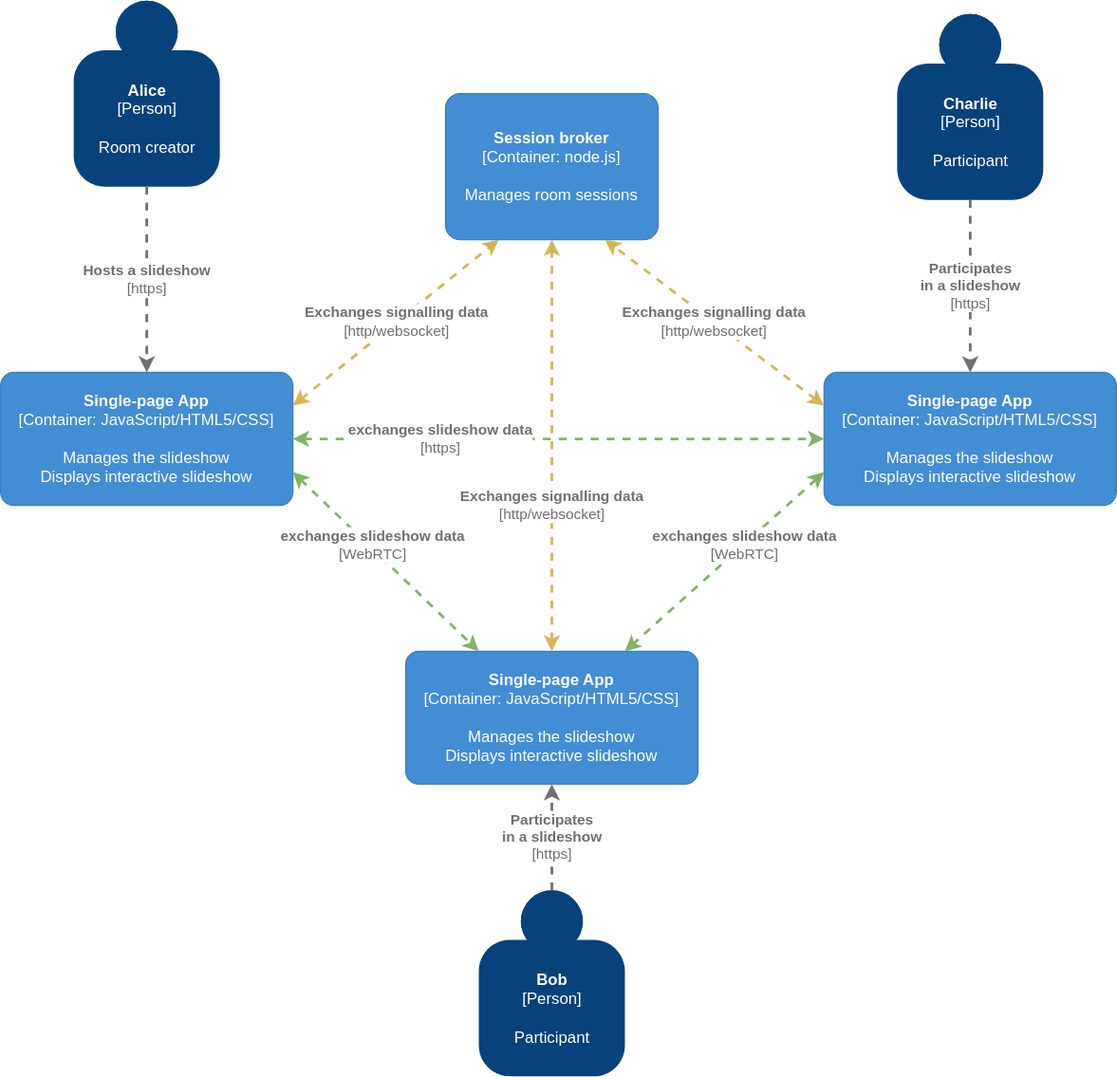
The draw.io diagram doc/diagram.svg in pitC/peer2show, before a commit. Source tidied: cells renumbered, new cells last; positions are measured from the earlier drawing's top-left corner, leaving out a move shared by most shapes.
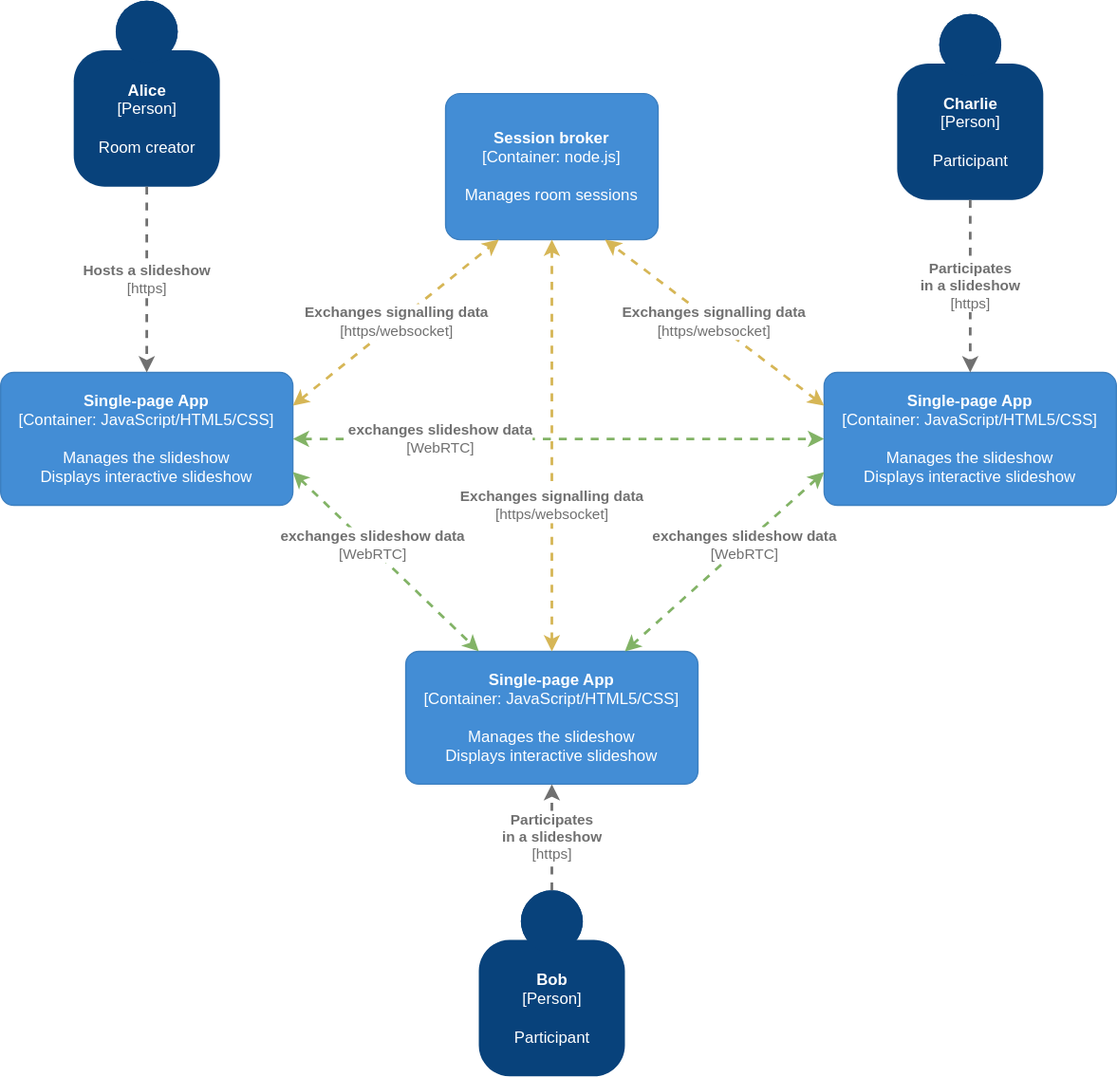
Later version of the same file.

The edit, as a diff of the source:
```diff
@@ -52,22 +52,22 @@
         <mxGeometry x="335" y="70" width="160" height="110" as="geometry" />
       </mxCell>
     </object>
-    <object id="12" label="&lt;div style=&quot;text-align: left&quot;&gt;&lt;div style=&quot;text-align: center&quot;&gt;&lt;b&gt;%c4Description%&lt;/b&gt;&lt;/div&gt;&lt;div style=&quot;text-align: center&quot;&gt;[%c4Technology%]&lt;/div&gt;&lt;/div&gt;" c4Description="Exchanges signalling data" c4Technology="http/websocket" c4Type="Relationship" placeholders="1">
+    <object id="12" label="&lt;div style=&quot;text-align: left&quot;&gt;&lt;div style=&quot;text-align: center&quot;&gt;&lt;b&gt;%c4Description%&lt;/b&gt;&lt;/div&gt;&lt;div style=&quot;text-align: center&quot;&gt;[%c4Technology%]&lt;/div&gt;&lt;/div&gt;" c4Description="Exchanges signalling data" c4Technology="https/websocket" c4Type="Relationship" placeholders="1">
       <mxCell style="edgeStyle=none;rounded=0;html=1;jettySize=auto;strokeColor=#d6b656;strokeWidth=2;fontColor=#707070;jumpStyle=none;dashed=1;metaData={&quot;c4Type&quot;:{&quot;editable&quot;:false}};exitX=1;exitY=0.25;exitDx=0;exitDy=0;exitPerimeter=0;fillColor=#fff2cc;entryX=0.25;entryY=1;entryDx=0;entryDy=0;entryPerimeter=0;startArrow=classic;startFill=1;" parent="1" edge="1" source="5" target="11">
         <mxGeometry relative="1" as="geometry" />
       </mxCell>
     </object>
-    <object id="13" label="&lt;div style=&quot;text-align: left&quot;&gt;&lt;div style=&quot;text-align: center&quot;&gt;&lt;b&gt;%c4Description%&lt;/b&gt;&lt;/div&gt;&lt;div style=&quot;text-align: center&quot;&gt;[%c4Technology%]&lt;/div&gt;&lt;/div&gt;" c4Description="Exchanges signalling data" c4Technology="http/websocket" c4Type="Relationship" placeholders="1">
+    <object id="13" label="&lt;div style=&quot;text-align: left&quot;&gt;&lt;div style=&quot;text-align: center&quot;&gt;&lt;b&gt;%c4Description%&lt;/b&gt;&lt;/div&gt;&lt;div style=&quot;text-align: center&quot;&gt;[%c4Technology%]&lt;/div&gt;&lt;/div&gt;" c4Description="Exchanges signalling data" c4Technology="https/websocket" c4Type="Relationship" placeholders="1">
       <mxCell style="edgeStyle=none;rounded=0;html=1;entryX=0.5;entryY=1;jettySize=auto;strokeColor=#d6b656;strokeWidth=2;fontColor=#707070;jumpStyle=none;dashed=1;metaData={&quot;c4Type&quot;:{&quot;editable&quot;:false}};exitX=0.5;exitY=0;exitDx=0;exitDy=0;exitPerimeter=0;entryDx=0;entryDy=0;entryPerimeter=0;fillColor=#fff2cc;startArrow=classic;startFill=1;" parent="1" edge="1" source="7" target="11">
         <mxGeometry x="-0.29" relative="1" as="geometry" />
       </mxCell>
     </object>
-    <object id="14" label="&lt;div style=&quot;text-align: left&quot;&gt;&lt;div style=&quot;text-align: center&quot;&gt;&lt;b&gt;%c4Description%&lt;/b&gt;&lt;/div&gt;&lt;div style=&quot;text-align: center&quot;&gt;[%c4Technology%]&lt;/div&gt;&lt;/div&gt;" c4Description="Exchanges signalling data" c4Technology="http/websocket" c4Type="Relationship" placeholders="1">
+    <object id="14" label="&lt;div style=&quot;text-align: left&quot;&gt;&lt;div style=&quot;text-align: center&quot;&gt;&lt;b&gt;%c4Description%&lt;/b&gt;&lt;/div&gt;&lt;div style=&quot;text-align: center&quot;&gt;[%c4Technology%]&lt;/div&gt;&lt;/div&gt;" c4Description="Exchanges signalling data" c4Technology="https/websocket" c4Type="Relationship" placeholders="1">
       <mxCell style="edgeStyle=none;rounded=0;html=1;entryX=0.75;entryY=1;jettySize=auto;strokeColor=#d6b656;strokeWidth=2;fontColor=#707070;jumpStyle=none;dashed=1;metaData={&quot;c4Type&quot;:{&quot;editable&quot;:false}};exitX=0;exitY=0.25;exitDx=0;exitDy=0;exitPerimeter=0;entryDx=0;entryDy=0;entryPerimeter=0;fillColor=#fff2cc;startArrow=classic;startFill=1;" parent="1" edge="1" source="9" target="11">
         <mxGeometry relative="1" as="geometry" />
       </mxCell>
     </object>
-    <object id="15" label="&lt;div style=&quot;text-align: left&quot;&gt;&lt;div style=&quot;text-align: center&quot;&gt;&lt;b&gt;%c4Description%&lt;/b&gt;&lt;/div&gt;&lt;div style=&quot;text-align: center&quot;&gt;[%c4Technology%]&lt;/div&gt;&lt;/div&gt;" c4Description="exchanges slideshow data" c4Technology="https" c4Type="Relationship" placeholders="1">
+    <object id="15" label="&lt;div style=&quot;text-align: left&quot;&gt;&lt;div style=&quot;text-align: center&quot;&gt;&lt;b&gt;%c4Description%&lt;/b&gt;&lt;/div&gt;&lt;div style=&quot;text-align: center&quot;&gt;[%c4Technology%]&lt;/div&gt;&lt;/div&gt;" c4Description="exchanges slideshow data" c4Technology="WebRTC" c4Type="Relationship" placeholders="1">
       <mxCell style="edgeStyle=none;rounded=0;html=1;jettySize=auto;strokeColor=#82b366;strokeWidth=2;fontColor=#707070;jumpStyle=none;dashed=1;metaData={&quot;c4Type&quot;:{&quot;editable&quot;:false}};exitX=1;exitY=0.5;exitDx=0;exitDy=0;exitPerimeter=0;entryX=0;entryY=0.5;entryDx=0;entryDy=0;entryPerimeter=0;startArrow=classic;startFill=1;fillColor=#d5e8d4;" parent="1" edge="1" source="5" target="9">
         <mxGeometry x="-0.45" relative="1" as="geometry">
           <mxPoint x="1" as="offset" />
```
